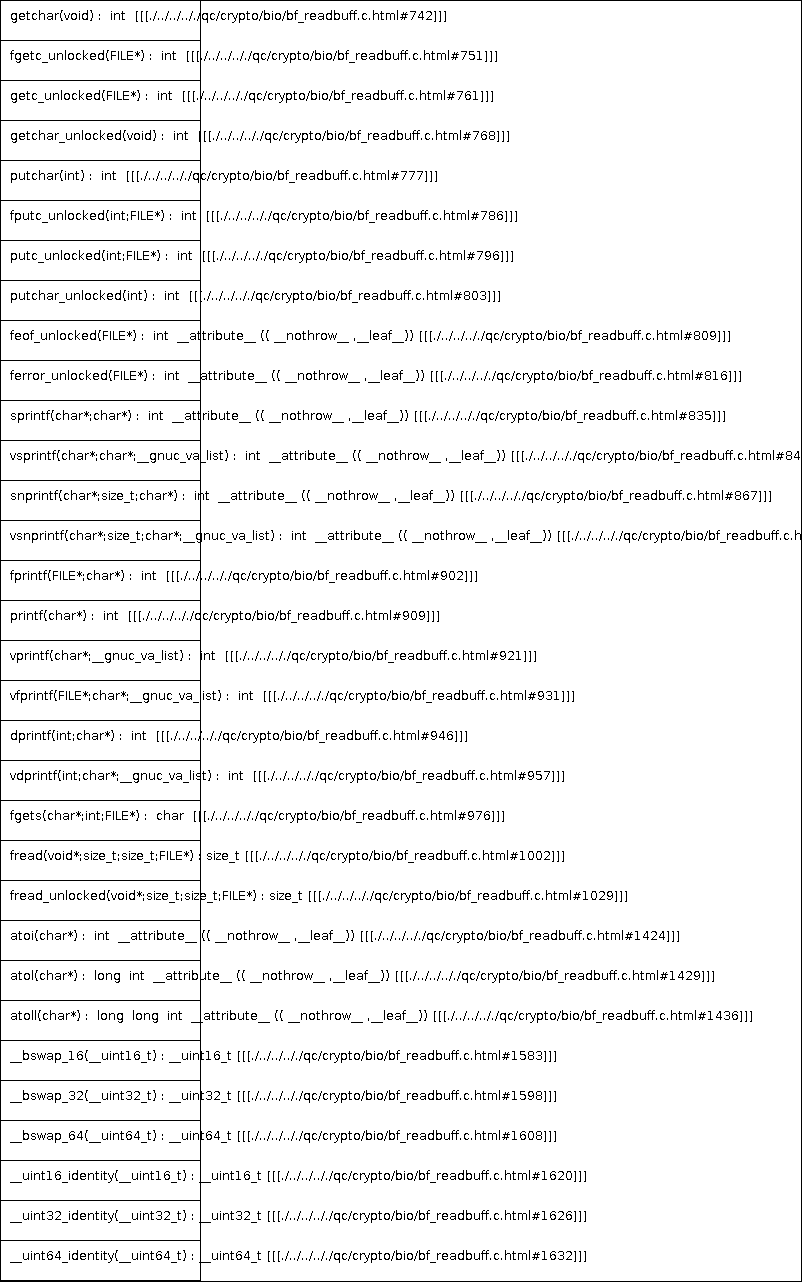
Earlier version of the PlantUML export docs/qc/crypto/bio/bf_readbuff.c.png (qualitesys/openssl). Its source is kept beside it as docs/qc/crypto/bio/bf_readbuff.c.puml.
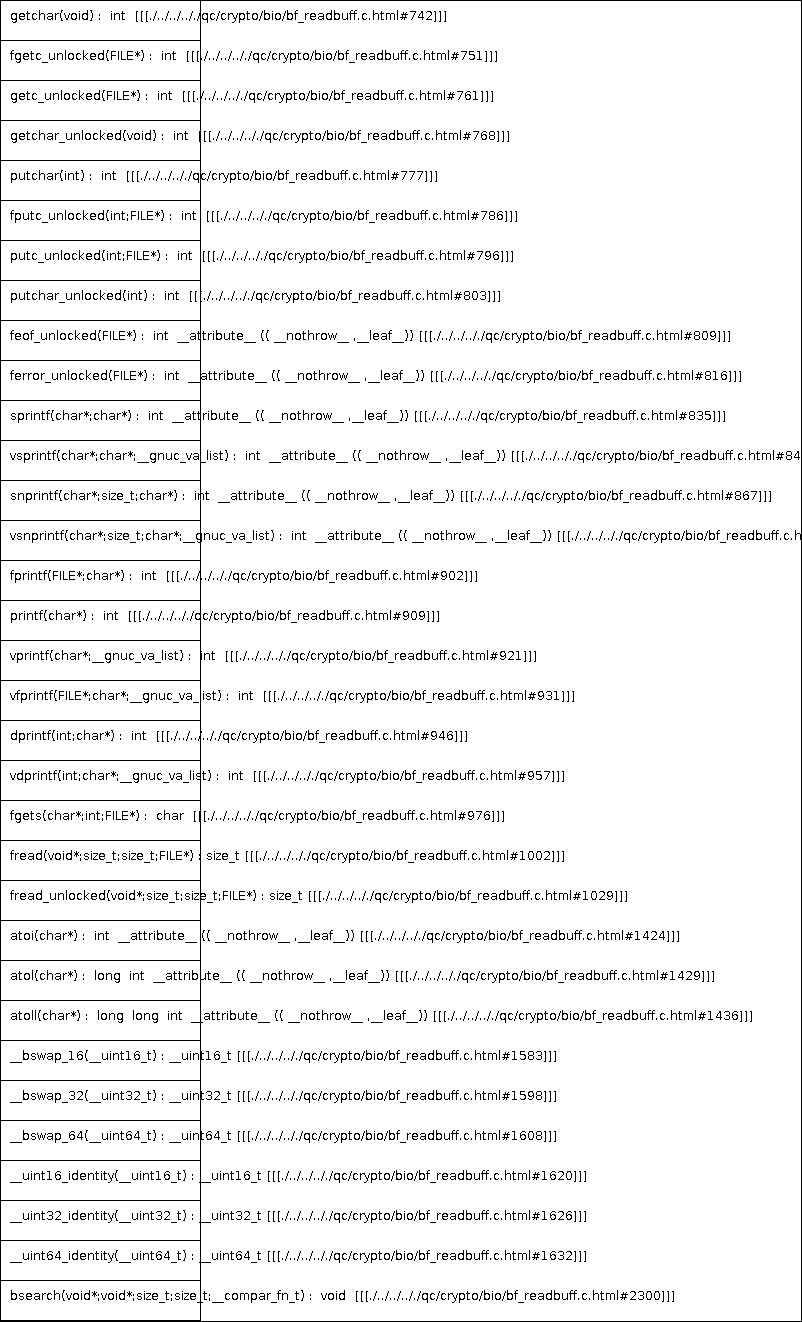
Later version of the same file.

The edit, as a diff of the source:
```diff
@@ -33,5 +33,6 @@
 __uint16_identity(__uint16_t) : __uint16_t [[[./../../.././qc/crypto/bio/bf_readbuff.c.html#1620]]]
 __uint32_identity(__uint32_t) : __uint32_t [[[./../../.././qc/crypto/bio/bf_readbuff.c.html#1626]]]
 __uint64_identity(__uint64_t) : __uint64_t [[[./../../.././qc/crypto/bio/bf_readbuff.c.html#1632]]]
+bsearch(void*;void*;size_t;size_t;__compar_fn_t) :  void  [[[./../../.././qc/crypto/bio/bf_readbuff.c.html#2300]]]
 }
 @enduml
```
